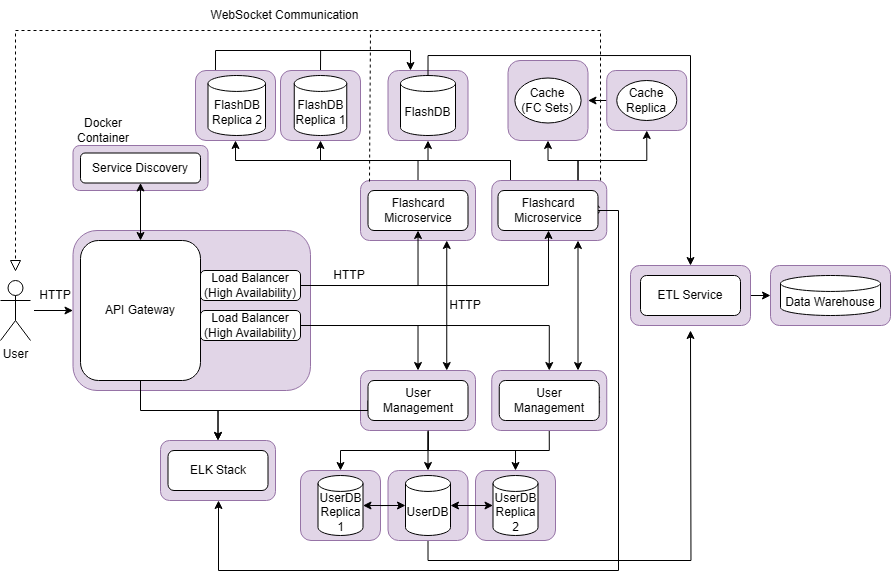
The draw.io diagram img/pad-arch.png in haritondan/FlashcardsPlaform, before a commit. Source tidied: cells renumbered, new cells last; positions are measured from the earlier drawing's top-left corner, leaving out a move shared by most shapes.
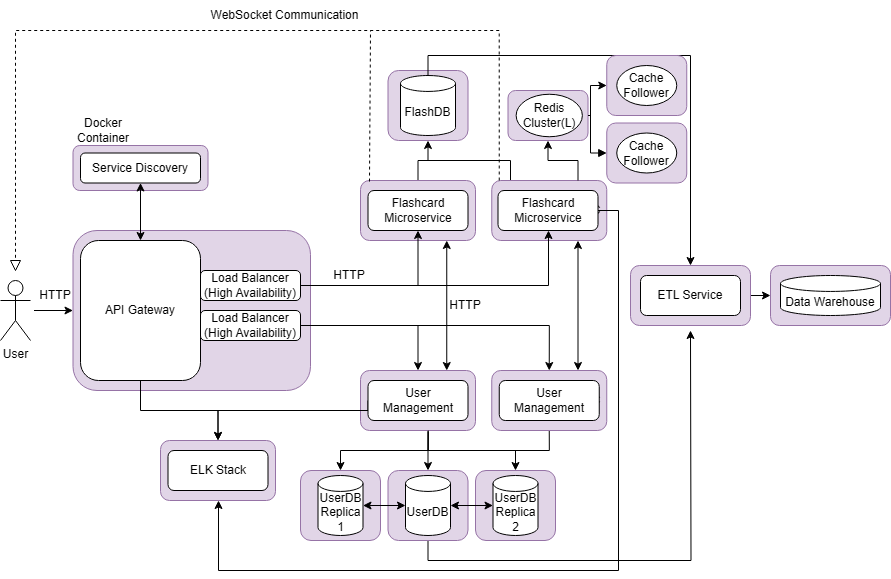
The same diagram one commit later.

Commit message:
fix arch diagram

Diff of the diagram source:
```diff
@@ -6,7 +6,7 @@
       <mxGeometry x="387.5" y="70" width="80" height="70" as="geometry" />
     </mxCell>
     <mxCell id="3" style="rounded=1;whiteSpace=wrap;html=1;fillColor=#e1d5e7;strokeColor=#9673a6;" parent="1" vertex="1">
-      <mxGeometry x="507.5" y="60" width="80" height="80" as="geometry" />
+      <mxGeometry x="507.5" y="90" width="80" height="50" as="geometry" />
     </mxCell>
     <mxCell id="4" style="edgeStyle=orthogonalEdgeStyle;rounded=0;jettySize=auto;html=1;exitX=0.5;exitY=1;exitDx=0;exitDy=0;endArrow=none;endFill=0;" parent="1" edge="1" source="5">
       <mxGeometry relative="1" as="geometry">
@@ -49,32 +49,6 @@
         </Array>
       </mxGeometry>
     </mxCell>
-    <mxCell id="11" style="edgeStyle=orthogonalEdgeStyle;rounded=0;jettySize=auto;html=1;exitX=0.75;exitY=0;exitDx=0;exitDy=0;entryX=0.5;entryY=1;entryDx=0;entryDy=0;" parent="1" edge="1" source="14" target="76">
-      <mxGeometry relative="1" as="geometry">
-        <Array as="points">
-          <mxPoint x="578" y="160" />
-          <mxPoint x="646" y="160" />
-        </Array>
-      </mxGeometry>
-    </mxCell>
-    <mxCell id="12" style="edgeStyle=orthogonalEdgeStyle;rounded=0;jettySize=auto;html=1;exitX=0.5;exitY=0;exitDx=0;exitDy=0;entryX=0.5;entryY=1;entryDx=0;entryDy=0;" parent="1" edge="1" source="14" target="64">
-      <mxGeometry relative="1" as="geometry">
-        <Array as="points">
-          <mxPoint x="510" y="180" />
-          <mxPoint x="510" y="160" />
-          <mxPoint x="320" y="160" />
-        </Array>
-      </mxGeometry>
-    </mxCell>
-    <mxCell id="13" style="edgeStyle=orthogonalEdgeStyle;rounded=0;jettySize=auto;html=1;exitX=0.5;exitY=0;exitDx=0;exitDy=0;entryX=0.5;entryY=1;entryDx=0;entryDy=0;" parent="1" edge="1" source="14" target="67">
-      <mxGeometry relative="1" as="geometry">
-        <Array as="points">
-          <mxPoint x="510" y="180" />
-          <mxPoint x="510" y="160" />
-          <mxPoint x="235" y="160" />
-        </Array>
-      </mxGeometry>
-    </mxCell>
     <mxCell id="14" style="rounded=1;whiteSpace=wrap;html=1;fillColor=#e1d5e7;strokeColor=#9673a6;" parent="1" vertex="1">
       <mxGeometry x="491.2" y="180" width="115" height="60" as="geometry" />
     </mxCell>
@@ -83,7 +57,7 @@
     </mxCell>
     <mxCell id="16" style="edgeStyle=orthogonalEdgeStyle;rounded=0;jettySize=auto;html=1;exitX=0.5;exitY=0;exitDx=0;exitDy=0;endArrow=none;endFill=0;" parent="1" edge="1" source="17">
       <mxGeometry relative="1" as="geometry">
-        <mxPoint x="418" y="160" as="targetPoint" />
+        <mxPoint x="430" y="160" as="targetPoint" />
         <Array as="points">
           <mxPoint x="418" y="160" />
         </Array>
@@ -164,8 +138,8 @@
     <mxCell id="36" value="Flashcard Microservice" style="rounded=1;whiteSpace=wrap;html=1;" parent="1" vertex="1">
       <mxGeometry x="367.5" y="190" width="100" height="40" as="geometry" />
     </mxCell>
-    <mxCell id="37" value="Cache&lt;br&gt;(FC Sets)" style="ellipse;whiteSpace=wrap;html=1;" parent="1" vertex="1">
-      <mxGeometry x="514.4" y="77.5" width="66.2" height="45" as="geometry" />
+    <mxCell id="37" value="Redis&lt;br&gt;Cluster(L)" style="ellipse;whiteSpace=wrap;html=1;" parent="1" vertex="1">
+      <mxGeometry x="515.6" y="93.8" width="66.2" height="42.5" as="geometry" />
     </mxCell>
     <mxCell id="38" value="User Management" style="rounded=1;whiteSpace=wrap;html=1;" parent="1" vertex="1">
       <mxGeometry x="498.8" y="380" width="100" height="40" as="geometry" />
@@ -218,12 +192,12 @@
     <mxCell id="49" value="&lt;div style=&quot;text-align: start;&quot;&gt;HTTP&lt;/div&gt;" style="text;html=1;align=center;verticalAlign=middle;whiteSpace=wrap;rounded=0;" parent="1" vertex="1">
       <mxGeometry x="293.8" y="260" width="110" height="30" as="geometry" />
     </mxCell>
-    <mxCell id="50" style="endArrow=none;dashed=1;html=1;rounded=0;entryX=0;entryY=0.5;entryDx=0;entryDy=0;exitX=0.946;exitY=0;exitDx=0;exitDy=0;exitPerimeter=0;" parent="1" edge="1" source="14" target="51">
+    <mxCell id="50" style="endArrow=none;dashed=1;html=1;rounded=0;entryX=0;entryY=0.5;entryDx=0;entryDy=0;exitX=0.946;exitY=0;exitDx=0;exitDy=0;exitPerimeter=0;" parent="1" edge="1" target="51">
       <mxGeometry relative="1" as="geometry">
+        <mxPoint x="498.8" y="180" as="sourcePoint" />
         <Array as="points">
-          <mxPoint x="600" y="30" />
+          <mxPoint x="498.7" y="30" />
           <mxPoint x="15" y="30" />
-          <mxPoint x="15" y="150" />
         </Array>
       </mxGeometry>
     </mxCell>
@@ -266,33 +240,6 @@
     <mxCell id="62" style="edgeStyle=orthogonalEdgeStyle;rounded=0;jettySize=auto;html=1;exitX=0;exitY=0.5;exitDx=0;exitDy=0;exitPerimeter=0;entryX=1;entryY=0.5;entryDx=0;entryDy=0;entryPerimeter=0;startArrow=classic;startFill=1;" parent="1" edge="1" source="58" target="47">
       <mxGeometry relative="1" as="geometry" />
     </mxCell>
-    <mxCell id="63" style="edgeStyle=orthogonalEdgeStyle;rounded=0;jettySize=auto;html=1;exitX=0.5;exitY=0;exitDx=0;exitDy=0;endArrow=none;endFill=0;" parent="1" edge="1" source="64">
-      <mxGeometry relative="1" as="geometry">
-        <mxPoint x="320.1" y="50" as="targetPoint" />
-      </mxGeometry>
-    </mxCell>
-    <mxCell id="64" style="rounded=1;whiteSpace=wrap;html=1;fillColor=#e1d5e7;strokeColor=#9673a6;" parent="1" vertex="1">
-      <mxGeometry x="280" y="70" width="80" height="70" as="geometry" />
-    </mxCell>
-    <mxCell id="65" value="FlashDB&lt;br&gt;Replica 1" style="shape=cylinder3;whiteSpace=wrap;html=1;boundedLbl=1;backgroundOutline=1;size=7.969143337673557;" parent="1" vertex="1">
-      <mxGeometry x="293.8" y="75" width="52.5" height="60" as="geometry" />
-    </mxCell>
-    <mxCell id="66" style="edgeStyle=orthogonalEdgeStyle;rounded=0;orthogonalLoop=1;jettySize=auto;html=1;exitX=0.5;exitY=0;exitDx=0;exitDy=0;" parent="1" edge="1">
-      <mxGeometry relative="1" as="geometry">
-        <mxPoint x="215" y="70" as="sourcePoint" />
-        <mxPoint x="410" y="70" as="targetPoint" />
-        <Array as="points">
-          <mxPoint x="215" y="50" />
-          <mxPoint x="410" y="50" />
-        </Array>
-      </mxGeometry>
-    </mxCell>
-    <mxCell id="67" style="rounded=1;whiteSpace=wrap;html=1;fillColor=#e1d5e7;strokeColor=#9673a6;" parent="1" vertex="1">
-      <mxGeometry x="195" y="70" width="80" height="70" as="geometry" />
-    </mxCell>
-    <mxCell id="68" value="FlashDB&lt;br&gt;Replica 2" style="shape=cylinder3;whiteSpace=wrap;html=1;boundedLbl=1;backgroundOutline=1;size=7.969143337673557;" parent="1" vertex="1">
-      <mxGeometry x="207.5" y="75" width="57.5" height="60" as="geometry" />
-    </mxCell>
     <mxCell id="69" style="edgeStyle=orthogonalEdgeStyle;rounded=0;jettySize=auto;html=1;exitX=0.5;exitY=0;exitDx=0;exitDy=0;entryX=0.589;entryY=1;entryDx=0;entryDy=0;entryPerimeter=0;startArrow=classic;startFill=1;endArrow=none;endFill=0;" parent="1" edge="1" source="57" target="9">
       <mxGeometry relative="1" as="geometry" />
     </mxCell>
@@ -311,17 +258,37 @@
     <mxCell id="74" value="ETL Service" style="rounded=1;whiteSpace=wrap;html=1;" parent="1" vertex="1">
       <mxGeometry x="640" y="275" width="100" height="40" as="geometry" />
     </mxCell>
-    <mxCell id="75" style="edgeStyle=orthogonalEdgeStyle;rounded=0;jettySize=auto;html=1;exitX=0;exitY=0.5;exitDx=0;exitDy=0;entryX=1;entryY=0.5;entryDx=0;entryDy=0;" parent="1" edge="1" source="76" target="3">
-      <mxGeometry relative="1" as="geometry" />
-    </mxCell>
+    <mxCell id="79" style="edgeStyle=orthogonalEdgeStyle;rounded=0;jettySize=auto;html=1;exitX=0;exitY=0.5;exitDx=0;exitDy=0;endArrow=none;endFill=0;startArrow=classic;startFill=1;" parent="1" edge="1" source="76">
+      <mxGeometry relative="1" as="geometry">
+        <mxPoint x="590" y="120" as="targetPoint" />
+        <Array as="points">
+          <mxPoint x="590" y="85" />
+          <mxPoint x="590" y="120" />
+        </Array>
+      </mxGeometry>
+    </mxCell>
     <mxCell id="76" style="rounded=1;whiteSpace=wrap;html=1;fillColor=#e1d5e7;strokeColor=#9673a6;" parent="1" vertex="1">
-      <mxGeometry x="606.2" y="70" width="80" height="60" as="geometry" />
+      <mxGeometry x="606.2" y="55" width="80" height="60" as="geometry" />
     </mxCell>
-    <mxCell id="77" value="Cache&lt;div&gt;Replica&lt;/div&gt;" style="ellipse;whiteSpace=wrap;html=1;" parent="1" vertex="1">
-      <mxGeometry x="616.2" y="80" width="60" height="40" as="geometry" />
+    <mxCell id="77" value="Cache&lt;div&gt;Follower&lt;/div&gt;" style="ellipse;whiteSpace=wrap;html=1;" parent="1" vertex="1">
+      <mxGeometry x="616.2" y="65" width="60" height="40" as="geometry" />
     </mxCell>
     <mxCell id="78" value="&lt;div style=&quot;text-align: start;&quot;&gt;HTTP&lt;/div&gt;" style="text;html=1;align=center;verticalAlign=middle;whiteSpace=wrap;rounded=0;" parent="1" vertex="1">
       <mxGeometry x="410" y="290" width="110" height="30" as="geometry" />
     </mxCell>
+    <mxCell id="80" style="edgeStyle=orthogonalEdgeStyle;rounded=0;jettySize=auto;html=1;exitX=0;exitY=0.5;exitDx=0;exitDy=0;entryX=1;entryY=0.5;entryDx=0;entryDy=0;endArrow=none;endFill=0;startArrow=block;startFill=1;" parent="1" edge="1" source="81" target="3">
+      <mxGeometry relative="1" as="geometry">
+        <Array as="points">
+          <mxPoint x="590" y="152" />
+          <mxPoint x="590" y="115" />
+        </Array>
+      </mxGeometry>
+    </mxCell>
+    <mxCell id="81" style="rounded=1;whiteSpace=wrap;html=1;fillColor=#e1d5e7;strokeColor=#9673a6;" parent="1" vertex="1">
+      <mxGeometry x="606.2" y="122.5" width="80" height="60" as="geometry" />
+    </mxCell>
+    <mxCell id="82" value="Cache&lt;div&gt;Follower&lt;br&gt;&lt;/div&gt;" style="ellipse;whiteSpace=wrap;html=1;" parent="1" vertex="1">
+      <mxGeometry x="616.2" y="132.5" width="60" height="40" as="geometry" />
+    </mxCell>
   </root>
 </mxGraphModel>
```
